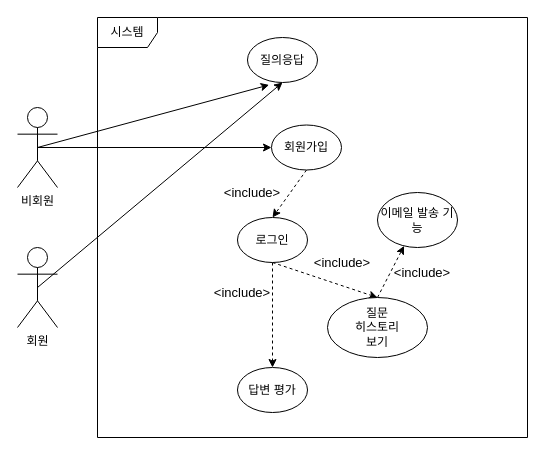
Earlier version of the draw.io diagram usecase 수정본.drawio (datastreams-knu/Documents). Source tidied: cells renumbered, new cells numbered last; positions are measured from the earlier drawing's top-left corner, leaving out a move shared by most shapes. Both pictures are drawn from the tidied source at 100%, with x=0, y=0 at pixel (17, 17).
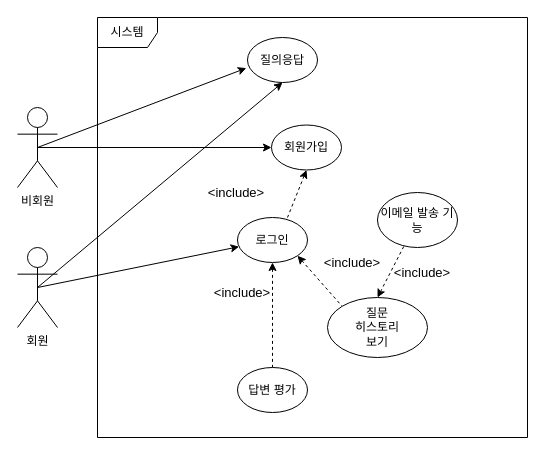
Above is the later version.

Commit message:
PATCH: usecase diagram arrow direction

Unchanged cells that the change refers to:
```xml
<mxCell id="3" value="회원" style="shape=umlActor;verticalLabelPosition=bottom;verticalAlign=top;html=1;outlineConnect=0;" parent="1" vertex="1">
  <mxGeometry y="230" width="40" height="80" as="geometry" />
</mxCell>
<mxCell id="6" value="로그인" style="ellipse;whiteSpace=wrap;html=1;" parent="1" vertex="1">
  <mxGeometry x="220" y="200" width="70" height="45" as="geometry" />
</mxCell>
<mxCell id="8" value="&lt;div&gt;질문&lt;/div&gt;히스토리&lt;div&gt;보기&lt;/div&gt;" style="ellipse;whiteSpace=wrap;html=1;" parent="1" vertex="1">
  <mxGeometry x="310" y="280" width="100" height="60" as="geometry" />
</mxCell>
<mxCell id="9" value="질의응답" style="ellipse;whiteSpace=wrap;html=1;" parent="1" vertex="1">
  <mxGeometry x="230" y="20" width="70" height="45" as="geometry" />
</mxCell>
<mxCell id="13" value="비회원" style="shape=umlActor;verticalLabelPosition=bottom;verticalAlign=top;html=1;outlineConnect=0;" parent="1" vertex="1">
  <mxGeometry y="90" width="40" height="80" as="geometry" />
</mxCell>
<mxCell id="16" value="회원가입" style="ellipse;whiteSpace=wrap;html=1;" parent="1" vertex="1">
  <mxGeometry x="254" y="107.5" width="70" height="45" as="geometry" />
</mxCell>
<mxCell id="17" value="이메일 발송 기능" style="ellipse;whiteSpace=wrap;html=1;" parent="1" vertex="1">
  <mxGeometry x="360" y="175" width="80" height="55" as="geometry" />
</mxCell>
<mxCell id="18" value="답변 평가" style="ellipse;whiteSpace=wrap;html=1;" parent="1" vertex="1">
  <mxGeometry x="220" y="350" width="70" height="45" as="geometry" />
</mxCell>
```

The edit, as a diff of the source:
```diff
@@
+    <mxCell id="23" style="rounded=0;jettySize=auto;html=1;exitX=0.5;exitY=0.5;exitDx=0;exitDy=0;exitPerimeter=0;" parent="1" edge="1" source="3" target="6">
+      <mxGeometry relative="1" as="geometry" />
+    </mxCell>
@@
-    <mxCell id="4" style="rounded=0;jettySize=auto;html=1;exitX=0.5;exitY=1;exitDx=0;exitDy=0;entryX=0.5;entryY=0;entryDx=0;entryDy=0;dashed=1;" parent="1" edge="1" source="6" target="8">
+    <mxCell id="4" style="rounded=0;jettySize=auto;html=1;exitX=1;exitY=1;exitDx=0;exitDy=0;entryX=0;entryY=0;entryDx=0;entryDy=0;dashed=1;startArrow=classic;startFill=1;endArrow=none;endFill=0;" parent="1" edge="1" source="6" target="8">
       <mxGeometry relative="1" as="geometry" />
     </mxCell>
-    <mxCell id="5" style="rounded=0;jettySize=auto;html=1;exitX=0.5;exitY=1;exitDx=0;exitDy=0;entryX=0.5;entryY=0;entryDx=0;entryDy=0;dashed=1;" parent="1" edge="1" source="6" target="18">
+    <mxCell id="5" style="rounded=0;jettySize=auto;html=1;exitX=0.5;exitY=1;exitDx=0;exitDy=0;entryX=0.5;entryY=0;entryDx=0;entryDy=0;dashed=1;endArrow=none;endFill=0;startArrow=classic;startFill=1;" parent="1" edge="1" source="6" target="18">
       <mxGeometry relative="1" as="geometry" />
     </mxCell>
@@
-    <mxCell id="7" style="rounded=0;jettySize=auto;html=1;exitX=0.5;exitY=0;exitDx=0;exitDy=0;dashed=1;" parent="1" edge="1" source="8" target="17">
+    <mxCell id="7" style="rounded=0;jettySize=auto;html=1;exitX=0.5;exitY=0;exitDx=0;exitDy=0;dashed=1;startArrow=classic;startFill=1;endArrow=none;endFill=0;" parent="1" edge="1" source="8" target="17">
       <mxGeometry relative="1" as="geometry" />
     </mxCell>
@@
     <mxCell id="10" value="&lt;font style=&quot;font-size: 13px;&quot;&gt;&amp;lt;include&amp;gt;&lt;/font&gt;" style="text;html=1;align=center;verticalAlign=middle;whiteSpace=wrap;rounded=0;" parent="1" vertex="1">
-      <mxGeometry x="200" y="160" width="70" height="30" as="geometry" />
+      <mxGeometry x="184" y="160" width="70" height="30" as="geometry" />
     </mxCell>
-    <mxCell id="11" style="rounded=0;jettySize=auto;html=1;exitX=0.5;exitY=0.5;exitDx=0;exitDy=0;exitPerimeter=0;entryX=0.309;entryY=1.053;entryDx=0;entryDy=0;entryPerimeter=0;" parent="1" edge="1" source="13" target="9">
+    <mxCell id="11" style="rounded=0;jettySize=auto;html=1;exitX=0.5;exitY=0.5;exitDx=0;exitDy=0;exitPerimeter=0;entryX=-0.017;entryY=0.68;entryDx=0;entryDy=0;entryPerimeter=0;" parent="1" edge="1" source="13" target="9">
       <mxGeometry relative="1" as="geometry" />
     </mxCell>
@@
-    <mxCell id="15" style="rounded=0;jettySize=auto;html=1;exitX=0.5;exitY=1;exitDx=0;exitDy=0;entryX=0.5;entryY=0;entryDx=0;entryDy=0;dashed=1;" parent="1" edge="1" source="16" target="6">
-      <mxGeometry relative="1" as="geometry" />
+    <mxCell id="15" style="rounded=0;jettySize=auto;html=1;exitX=0.5;exitY=1;exitDx=0;exitDy=0;dashed=1;startArrow=classic;startFill=1;endArrow=none;endFill=0;" parent="1" edge="1" source="16">
+      <mxGeometry relative="1" as="geometry">
+        <mxPoint x="270" y="200" as="targetPoint" />
+      </mxGeometry>
     </mxCell>
@@
     <mxCell id="20" value="&lt;font style=&quot;font-size: 13px;&quot;&gt;&amp;lt;include&amp;gt;&lt;/font&gt;" style="text;html=1;align=center;verticalAlign=middle;whiteSpace=wrap;rounded=0;" parent="1" vertex="1">
-      <mxGeometry x="290" y="230" width="70" height="30" as="geometry" />
+      <mxGeometry x="300" y="230" width="70" height="30" as="geometry" />
     </mxCell>
```
